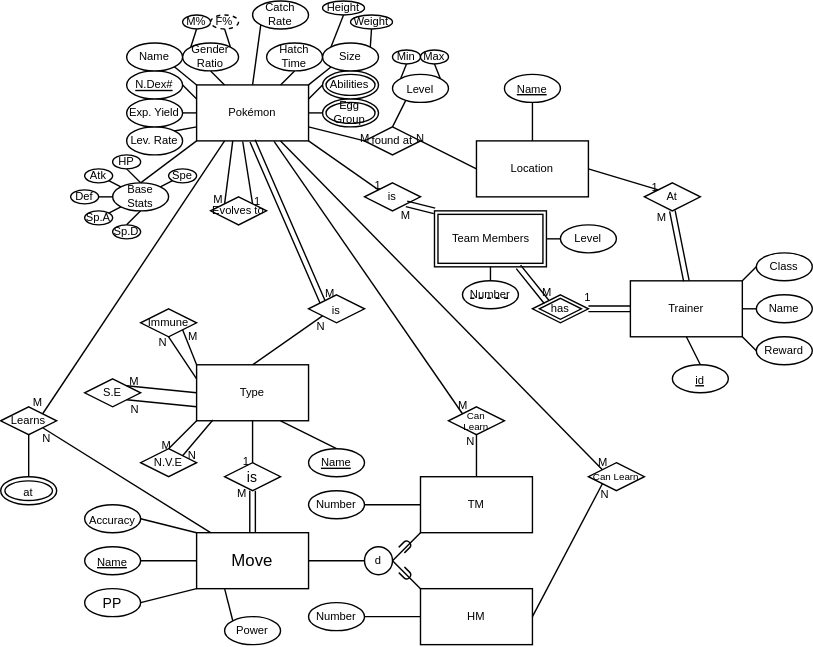
This is EER.svg from JacobJanzen/J5-Pocket-Monsters-Database, a draw.io export, as it was before one commit. Source tidied: cells renumbered, new cells last; positions are measured from the earlier drawing's top-left corner, leaving out a move shared by most shapes.
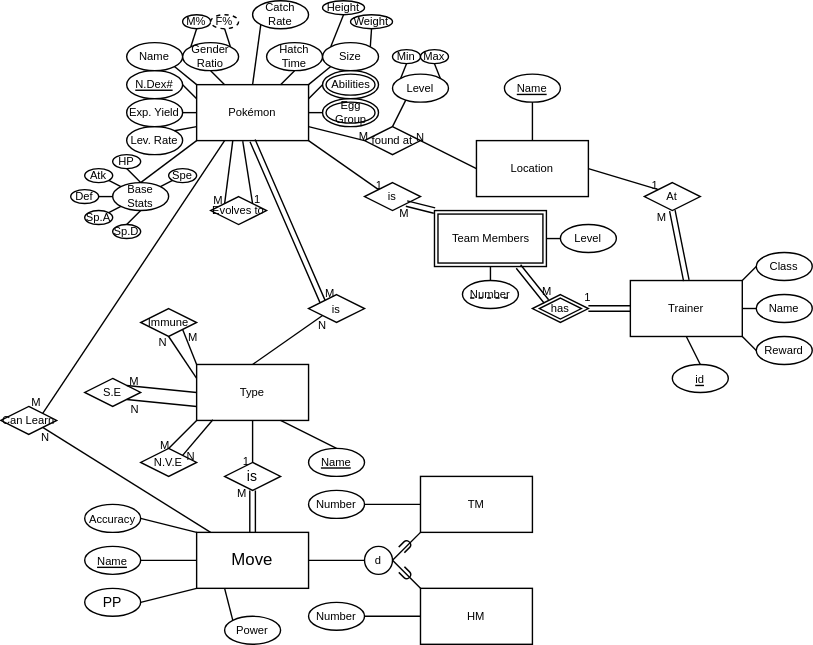
The same file after the commit.

Change to the diagram source:
```diff
@@ -167,13 +167,7 @@
         <mxPoint x="10" y="8" as="offset" />
       </mxGeometry>
     </mxCell>
-    <mxCell id="46" value="&lt;font style=&quot;font-size: 7px&quot;&gt;Can&lt;/font&gt;&lt;div style=&quot;font-size: 7px&quot;&gt;&lt;font style=&quot;font-size: 7px&quot;&gt;Learn&lt;/font&gt;&lt;/div&gt;" style="rhombus;whiteSpace=wrap;html=1;hachureGap=4;fontSize=8;" parent="1" vertex="1">
-      <mxGeometry x="320" y="290" width="40" height="20" as="geometry" />
-    </mxCell>
-    <mxCell id="47" value="&lt;font style=&quot;font-size: 7px&quot;&gt;Can Learn&lt;/font&gt;" style="rhombus;whiteSpace=wrap;html=1;hachureGap=4;fontSize=8;" parent="1" vertex="1">
-      <mxGeometry x="420" y="330" width="40" height="20" as="geometry" />
-    </mxCell>
-    <mxCell id="48" value="Learns" style="rhombus;whiteSpace=wrap;html=1;hachureGap=4;fontSize=8;" parent="1" vertex="1">
+    <mxCell id="48" value="Can Learn" style="rhombus;whiteSpace=wrap;html=1;hachureGap=4;fontSize=8;" parent="1" vertex="1">
       <mxGeometry y="290" width="40" height="20" as="geometry" />
     </mxCell>
     <mxCell id="49" value="Power" style="ellipse;whiteSpace=wrap;html=1;hachureGap=4;fontSize=8;" parent="1" vertex="1">
@@ -190,22 +184,6 @@
         <mxPoint x="6" y="15" as="offset" />
       </mxGeometry>
     </mxCell>
-    <mxCell id="53" style="endArrow=none;html=1;rounded=0;startSize=14;endSize=14;sourcePerimeterSpacing=8;targetPerimeterSpacing=8;fontSize=8;exitX=0.5;exitY=0;exitDx=0;exitDy=0;entryX=0.5;entryY=1;entryDx=0;entryDy=0;" parent="1" edge="1" source="25" target="46">
-      <mxGeometry relative="1" as="geometry" />
-    </mxCell>
-    <mxCell id="54" value="&lt;font style=&quot;font-size: 8px&quot;&gt;N&lt;/font&gt;" style="html=1;align=right;verticalAlign=bottom;" parent="53" vertex="1">
-      <mxGeometry x="1" relative="1" as="geometry">
-        <mxPoint y="13" as="offset" />
-      </mxGeometry>
-    </mxCell>
-    <mxCell id="55" style="endArrow=none;html=1;rounded=0;startSize=14;endSize=14;sourcePerimeterSpacing=8;targetPerimeterSpacing=8;fontSize=8;exitX=1;exitY=0.5;exitDx=0;exitDy=0;entryX=0;entryY=1;entryDx=0;entryDy=0;" parent="1" edge="1" source="26" target="47">
-      <mxGeometry relative="1" as="geometry" />
-    </mxCell>
-    <mxCell id="56" value="&lt;font style=&quot;font-size: 8px&quot;&gt;N&lt;/font&gt;" style="html=1;align=right;verticalAlign=bottom;" parent="55" vertex="1">
-      <mxGeometry x="1" relative="1" as="geometry">
-        <mxPoint x="6" y="15" as="offset" />
-      </mxGeometry>
-    </mxCell>
     <mxCell id="57" value="Pokémon" style="rounded=0;whiteSpace=wrap;html=1;hachureGap=4;fontSize=8;" parent="1" vertex="1">
       <mxGeometry x="140" y="60" width="80" height="40" as="geometry" />
     </mxCell>
@@ -215,22 +193,6 @@
     <mxCell id="59" value="&lt;font style=&quot;font-size: 8px&quot;&gt;M&lt;/font&gt;" style="html=1;align=right;verticalAlign=bottom;" parent="58" vertex="1">
       <mxGeometry x="1" relative="1" as="geometry" />
     </mxCell>
-    <mxCell id="60" style="endArrow=none;html=1;rounded=0;startSize=14;endSize=14;sourcePerimeterSpacing=8;targetPerimeterSpacing=8;fontSize=8;exitX=0.692;exitY=1.008;exitDx=0;exitDy=0;entryX=0;entryY=0;entryDx=0;entryDy=0;exitPerimeter=0;" parent="1" edge="1" source="57" target="46">
-      <mxGeometry relative="1" as="geometry" />
-    </mxCell>
-    <mxCell id="61" value="&lt;font style=&quot;font-size: 8px&quot;&gt;M&lt;/font&gt;" style="html=1;align=right;verticalAlign=bottom;" parent="60" vertex="1">
-      <mxGeometry x="1" relative="1" as="geometry">
-        <mxPoint x="5" y="2" as="offset" />
-      </mxGeometry>
-    </mxCell>
-    <mxCell id="62" style="endArrow=none;html=1;rounded=0;startSize=14;endSize=14;sourcePerimeterSpacing=8;targetPerimeterSpacing=8;fontSize=8;exitX=0.75;exitY=1;exitDx=0;exitDy=0;entryX=0;entryY=0;entryDx=0;entryDy=0;" parent="1" edge="1" source="57" target="47">
-      <mxGeometry relative="1" as="geometry" />
-    </mxCell>
-    <mxCell id="63" value="&lt;font style=&quot;font-size: 8px&quot;&gt;M&lt;/font&gt;" style="html=1;align=right;verticalAlign=bottom;" parent="62" vertex="1">
-      <mxGeometry x="1" relative="1" as="geometry">
-        <mxPoint x="4" y="2" as="offset" />
-      </mxGeometry>
-    </mxCell>
     <mxCell id="64" value="Base Stats" style="ellipse;whiteSpace=wrap;html=1;hachureGap=4;fontSize=8;" parent="1" vertex="1">
       <mxGeometry x="80" y="130" width="40" height="20" as="geometry" />
     </mxCell>
@@ -560,11 +522,5 @@
     <mxCell id="161" style="endArrow=none;html=1;fontSize=8;startSize=14;endSize=14;sourcePerimeterSpacing=8;targetPerimeterSpacing=8;exitX=0.5;exitY=1;exitDx=0;exitDy=0;entryX=0.5;entryY=0;entryDx=0;entryDy=0;" parent="1" edge="1" source="126" target="160">
       <mxGeometry relative="1" as="geometry" />
     </mxCell>
-    <mxCell id="162" value="&lt;font style=&quot;font-size: 8px&quot;&gt;at&lt;/font&gt;" style="ellipse;shape=doubleEllipse;margin=3;whiteSpace=wrap;html=1;align=center;" parent="1" vertex="1">
-      <mxGeometry y="340" width="40" height="20" as="geometry" />
-    </mxCell>
-    <mxCell id="163" style="endArrow=none;html=1;rounded=0;startSize=14;endSize=14;sourcePerimeterSpacing=8;targetPerimeterSpacing=8;fontSize=8;exitX=0.5;exitY=0;exitDx=0;exitDy=0;entryX=0.5;entryY=1;entryDx=0;entryDy=0;" parent="1" edge="1" source="162" target="48">
-      <mxGeometry relative="1" as="geometry" />
-    </mxCell>
   </root>
 </mxGraphModel>
```
